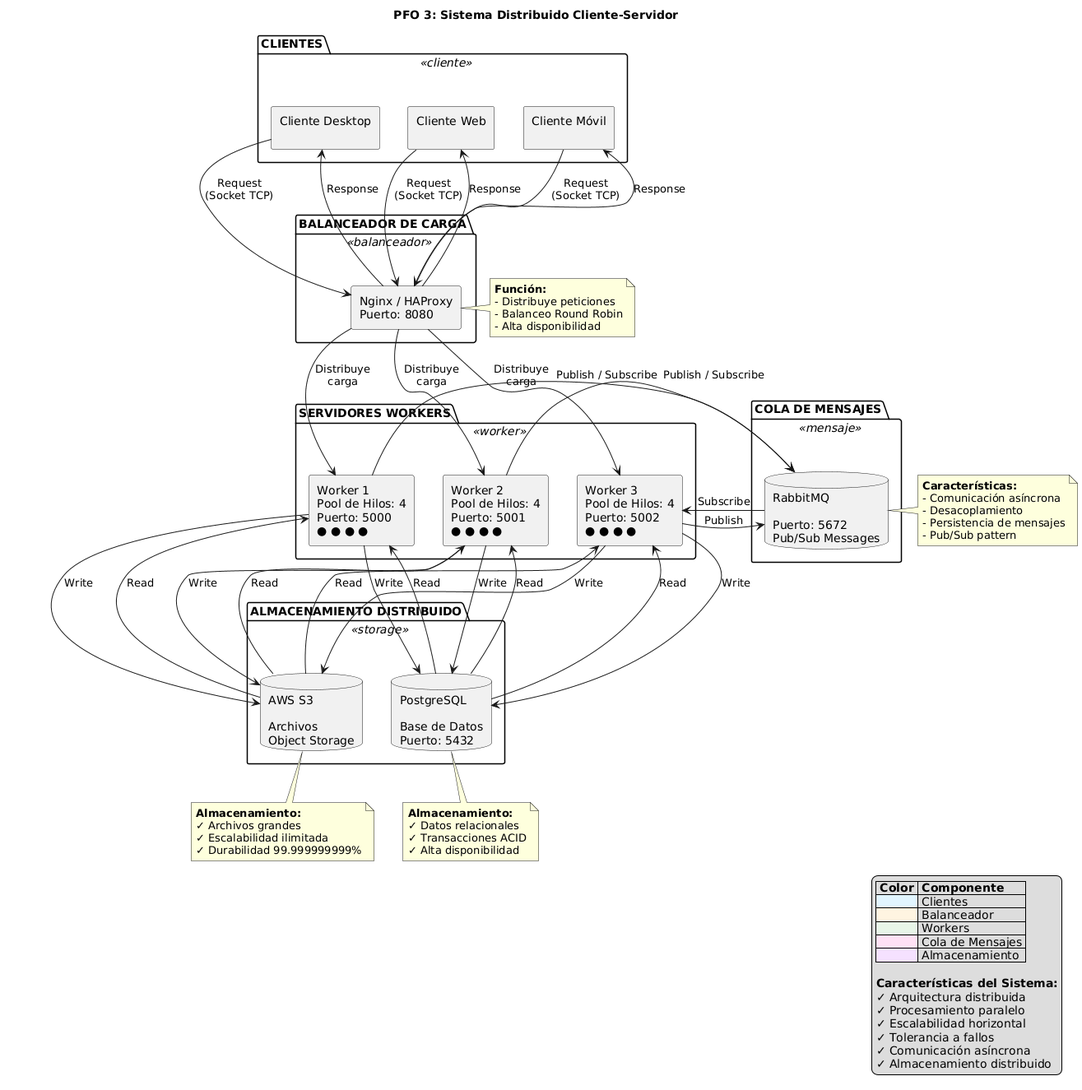
romarvz/PFO3_Redes_Com_E_Romina_Zagordo keeps this PlantUML diagram as diagrams/architecture.png. Above is the earlier version.
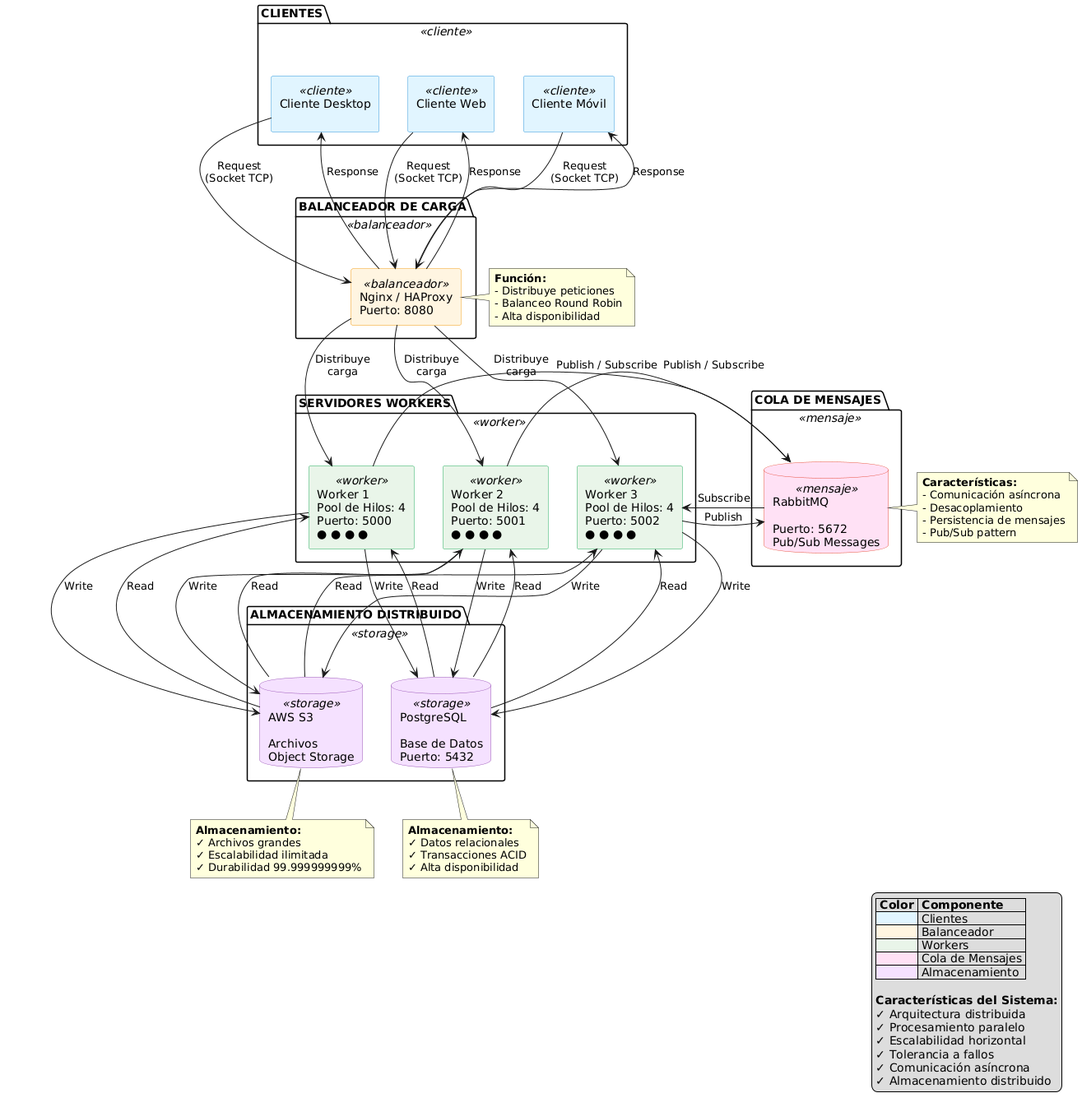
After the change.

Commit message:
Se modifican colores de imagen

What changed in the source:
```diff
@@ -1,7 +1,6 @@
 @startuml
 !define RECTANGLE class
 
-title PFO 3: Sistema Distribuido Cliente-Servidor
 
 skinparam rectangle {
     BackgroundColor<<cliente>> #E1F5FF
@@ -10,6 +9,9 @@
     BorderColor<<balanceador>> #F39C12
     BackgroundColor<<worker>> #E8F5E8
     BorderColor<<worker>> #27AE60
+}
+
+skinparam database {
     BackgroundColor<<mensaje>> #FFE1F5
     BorderColor<<mensaje>> #E74C3C
     BackgroundColor<<storage>> #F5E1FF
@@ -17,30 +19,29 @@
 }
 
 package "CLIENTES" <<cliente>> {
-    rectangle "Cliente Móvil\n" as CM
-    rectangle "Cliente Web\n" as CW
-    rectangle "Cliente Desktop\n" as CD
+    rectangle "Cliente Móvil\n" as CM <<cliente>>
+    rectangle "Cliente Web\n" as CW <<cliente>>
+    rectangle "Cliente Desktop\n" as CD <<cliente>>
 }
 
 package "BALANCEADOR DE CARGA" <<balanceador>> {
-    rectangle "Nginx / HAProxy\nPuerto: 8080" as LB
+    rectangle "Nginx / HAProxy\nPuerto: 8080" as LB <<balanceador>>
 }
 
 package "SERVIDORES WORKERS" <<worker>> {
-    rectangle "Worker 1\nPool de Hilos: 4\nPuerto: 5000\n● ● ● ●" as W1
-    rectangle "Worker 2\nPool de Hilos: 4\nPuerto: 5001\n● ● ● ●" as W2
-    rectangle "Worker 3\nPool de Hilos: 4\nPuerto: 5002\n● ● ● ●" as W3
+    rectangle "Worker 1\nPool de Hilos: 4\nPuerto: 5000\n● ● ● ●" as W1 <<worker>>
+    rectangle "Worker 2\nPool de Hilos: 4\nPuerto: 5001\n● ● ● ●" as W2 <<worker>>
+    rectangle "Worker 3\nPool de Hilos: 4\nPuerto: 5002\n● ● ● ●" as W3 <<worker>>
 }
 
 package "COLA DE MENSAJES" <<mensaje>> {
-    database "RabbitMQ\n\nPuerto: 5672\nPub/Sub Messages" as RMQ
+    database "RabbitMQ\n\nPuerto: 5672\nPub/Sub Messages" as RMQ <<mensaje>>
 }
 
 package "ALMACENAMIENTO DISTRIBUIDO" <<storage>> {
-    database "PostgreSQL\n\nBase de Datos\nPuerto: 5432" as PG
-    database "AWS S3\n\nArchivos\nObject Storage" as S3
+    database "PostgreSQL\n\nBase de Datos\nPuerto: 5432" as PG <<storage>>
+    database "AWS S3\n\nArchivos\nObject Storage" as S3 <<storage>>
 }
-
 
 CM -down-> LB : Request\n(Socket TCP)
 CW -down-> LB : Request\n(Socket TCP)
@@ -56,8 +57,6 @@
 W1 -right-> RMQ : Publish / Subscribe
 W2 -right-> RMQ : Publish / Subscribe
 W3 -right-> RMQ : Publish
-
-
 RMQ -left-> W3 : Subscribe
 
 W1 -down-> PG : Write
```
